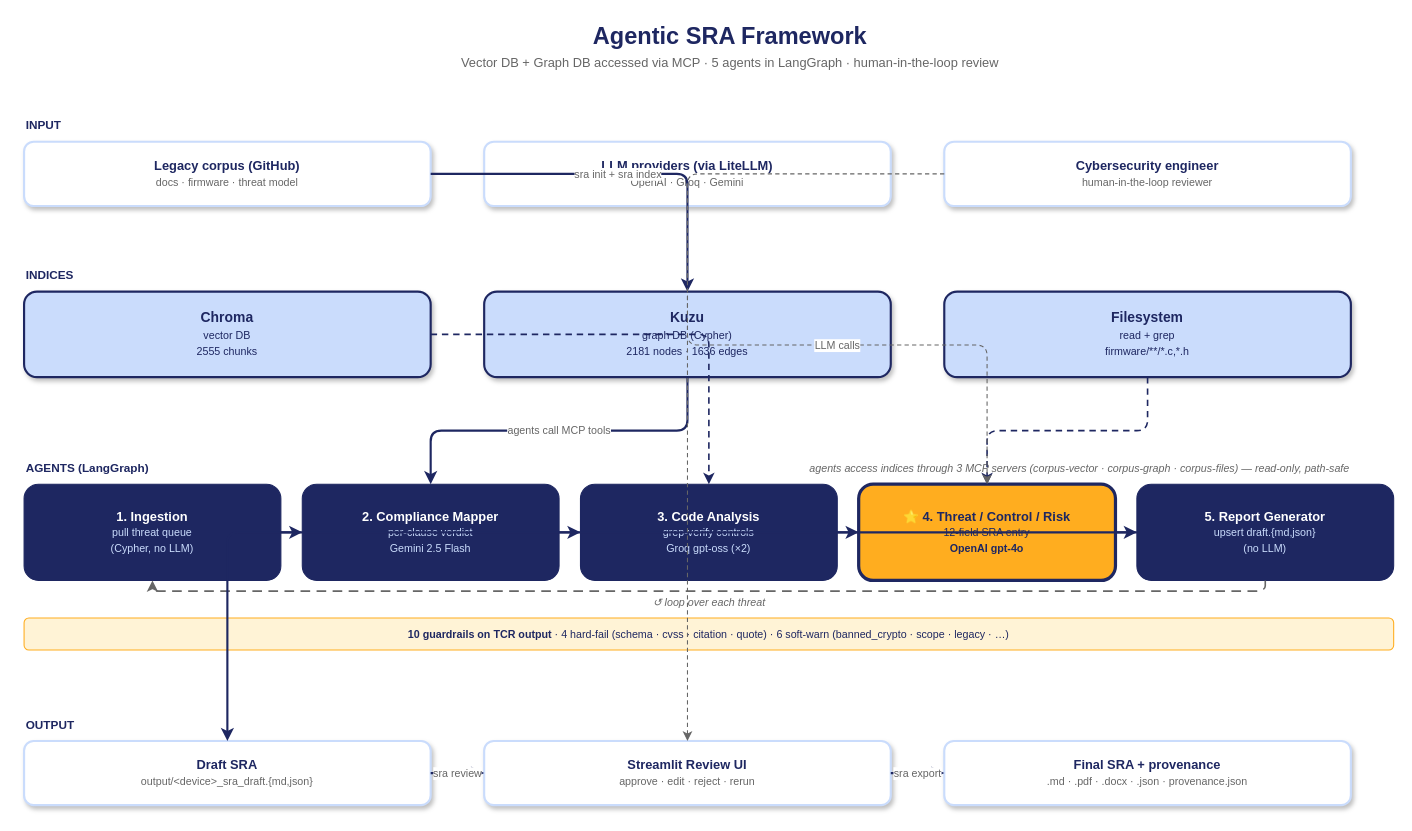
Above: docs/architecture_diagram.drawio in balajibankapur/agentic-sra-framework (draw.io), before the change. Source tidied: cells renumbered, new cells numbered last; positions are measured from the earlier drawing's top-left corner, leaving out a move shared by most shapes. Both pictures are drawn from the tidied source at 107%, with x=0, y=0 at pixel (24, 18).
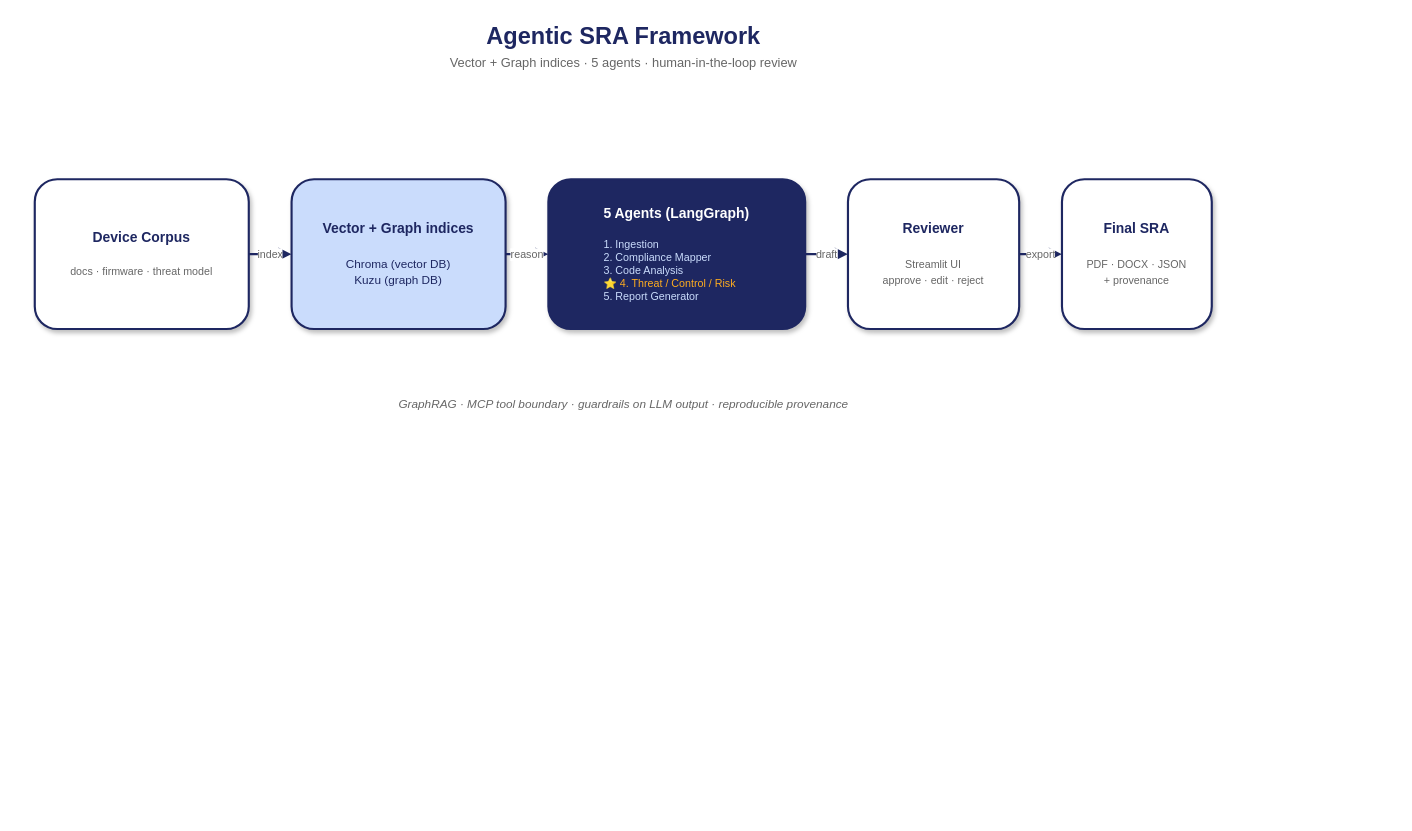
After the change.

Commit message:
docs: minimal architecture diagram — 5 boxes, 4 arrows, one row

Change to the diagram source:
```diff
@@
-    <mxCell id="2" value="Agentic SRA Framework" style="text;html=1;strokeColor=none;fillColor=none;align=center;verticalAlign=middle;whiteSpace=wrap;fontSize=22;fontStyle=1;fontColor=#1E2761;" parent="1" vertex="1">
-      <mxGeometry x="160" width="1000" height="34" as="geometry" />
+    <mxCell id="2" value="Agentic SRA Framework" style="text;html=1;strokeColor=none;fillColor=none;align=center;verticalAlign=middle;fontSize=22;fontStyle=1;fontColor=#1E2761;" parent="1" vertex="1">
+      <mxGeometry x="160" width="800" height="34" as="geometry" />
     </mxCell>
-    <mxCell id="3" value="Vector DB + Graph DB accessed via MCP · 5 agents in LangGraph · human-in-the-loop review" style="text;html=1;strokeColor=none;fillColor=none;align=center;verticalAlign=middle;whiteSpace=wrap;fontSize=12;fontColor=#666666;" parent="1" vertex="1">
-      <mxGeometry x="160" y="32" width="1000" height="20" as="geometry" />
+    <mxCell id="3" value="Vector + Graph indices · 5 agents · human-in-the-loop review" style="text;html=1;strokeColor=none;fillColor=none;align=center;verticalAlign=middle;fontSize=12;fontColor=#666666;" parent="1" vertex="1">
+      <mxGeometry x="160" y="32" width="800" height="20" as="geometry" />
     </mxCell>
-    <mxCell id="4" value="INPUT" style="text;html=1;strokeColor=none;fillColor=none;align=left;verticalAlign=middle;fontSize=11;fontStyle=1;fontColor=#1E2761;letterSpacing=2;" parent="1" vertex="1">
-      <mxGeometry y="90" width="80" height="20" as="geometry" />
-    </mxCell>
-    <mxCell id="5" value="&lt;b&gt;Legacy corpus (GitHub)&lt;/b&gt;&lt;br/&gt;&lt;font style=&quot;font-size:10px;color:#666&quot;&gt;docs · firmware · threat model&lt;/font&gt;" style="rounded=1;whiteSpace=wrap;html=1;fillColor=#FFFFFF;strokeColor=#CADCFC;strokeWidth=2;fontColor=#1E2761;fontSize=12;verticalAlign=middle;shadow=1;" parent="1" vertex="1">
-      <mxGeometry y="115" width="380" height="60" as="geometry" />
-    </mxCell>
-    <mxCell id="6" value="&lt;b&gt;LLM providers (via LiteLLM)&lt;/b&gt;&lt;br/&gt;&lt;font style=&quot;font-size:10px;color:#666&quot;&gt;OpenAI · Groq · Gemini&lt;/font&gt;" style="rounded=1;whiteSpace=wrap;html=1;fillColor=#FFFFFF;strokeColor=#CADCFC;strokeWidth=2;fontColor=#1E2761;fontSize=12;verticalAlign=middle;shadow=1;" parent="1" vertex="1">
-      <mxGeometry x="430" y="115" width="380" height="60" as="geometry" />
-    </mxCell>
-    <mxCell id="7" value="&lt;b&gt;Cybersecurity engineer&lt;/b&gt;&lt;br/&gt;&lt;font style=&quot;font-size:10px;color:#666&quot;&gt;human-in-the-loop reviewer&lt;/font&gt;" style="rounded=1;whiteSpace=wrap;html=1;fillColor=#FFFFFF;strokeColor=#CADCFC;strokeWidth=2;fontColor=#1E2761;fontSize=12;verticalAlign=middle;shadow=1;" parent="1" vertex="1">
-      <mxGeometry x="860" y="115" width="380" height="60" as="geometry" />
-    </mxCell>
-    <mxCell id="8" value="INDICES" style="text;html=1;strokeColor=none;fillColor=none;align=left;verticalAlign=middle;fontSize=11;fontStyle=1;fontColor=#1E2761;letterSpacing=2;" parent="1" vertex="1">
-      <mxGeometry y="230" width="80" height="20" as="geometry" />
-    </mxCell>
-    <mxCell id="9" value="&lt;b&gt;Chroma&lt;/b&gt;&lt;br/&gt;&lt;font style=&quot;font-size:10px&quot;&gt;vector DB&lt;/font&gt;&lt;br/&gt;&lt;font style=&quot;font-size:10px;color:#1E2761&quot;&gt;2555 chunks&lt;/font&gt;" style="rounded=1;whiteSpace=wrap;html=1;fillColor=#CADCFC;strokeColor=#1E2761;strokeWidth=2;fontColor=#1E2761;fontSize=13;verticalAlign=middle;shadow=1;" parent="1" vertex="1">
-      <mxGeometry y="255" width="380" height="80" as="geometry" />
-    </mxCell>
-    <mxCell id="10" value="&lt;b&gt;Kuzu&lt;/b&gt;&lt;br/&gt;&lt;font style=&quot;font-size:10px&quot;&gt;graph DB (Cypher)&lt;/font&gt;&lt;br/&gt;&lt;font style=&quot;font-size:10px;color:#1E2761&quot;&gt;2181 nodes · 1636 edges&lt;/font&gt;" style="rounded=1;whiteSpace=wrap;html=1;fillColor=#CADCFC;strokeColor=#1E2761;strokeWidth=2;fontColor=#1E2761;fontSize=13;verticalAlign=middle;shadow=1;" parent="1" vertex="1">
-      <mxGeometry x="430" y="255" width="380" height="80" as="geometry" />
-    </mxCell>
-    <mxCell id="11" value="&lt;b&gt;Filesystem&lt;/b&gt;&lt;br/&gt;&lt;font style=&quot;font-size:10px&quot;&gt;read + grep&lt;/font&gt;&lt;br/&gt;&lt;font style=&quot;font-size:10px;color:#1E2761&quot;&gt;firmware/**/*.c,*.h&lt;/font&gt;" style="rounded=1;whiteSpace=wrap;html=1;fillColor=#CADCFC;strokeColor=#1E2761;strokeWidth=2;fontColor=#1E2761;fontSize=13;verticalAlign=middle;shadow=1;" parent="1" vertex="1">
-      <mxGeometry x="860" y="255" width="380" height="80" as="geometry" />
-    </mxCell>
-    <mxCell id="12" value="AGENTS (LangGraph)" style="text;html=1;strokeColor=none;fillColor=none;align=left;verticalAlign=middle;fontSize=11;fontStyle=1;fontColor=#1E2761;letterSpacing=2;" parent="1" vertex="1">
-      <mxGeometry y="410" width="200" height="20" as="geometry" />
-    </mxCell>
-    <mxCell id="13" value="agents access indices through 3 MCP servers (corpus-vector · corpus-graph · corpus-files) — read-only, path-safe" style="text;html=1;strokeColor=none;fillColor=none;align=right;verticalAlign=middle;fontSize=10;fontStyle=2;fontColor=#666666;" parent="1" vertex="1">
-      <mxGeometry x="460" y="410" width="780" height="20" as="geometry" />
-    </mxCell>
-    <mxCell id="14" value="&lt;b&gt;1. Ingestion&lt;/b&gt;&lt;br/&gt;&lt;font style=&quot;font-size:10px;color:#CADCFC&quot;&gt;pull threat queue&lt;br/&gt;(Cypher, no LLM)&lt;/font&gt;" style="rounded=1;whiteSpace=wrap;html=1;fillColor=#1E2761;strokeColor=#1E2761;fontColor=#FFFFFF;fontSize=12;verticalAlign=middle;" parent="1" vertex="1">
-      <mxGeometry y="435" width="240" height="90" as="geometry" />
-    </mxCell>
-    <mxCell id="15" value="&lt;b&gt;2. Compliance Mapper&lt;/b&gt;&lt;br/&gt;&lt;font style=&quot;font-size:10px;color:#CADCFC&quot;&gt;per-clause verdict&lt;br/&gt;Gemini 2.5 Flash&lt;/font&gt;" style="rounded=1;whiteSpace=wrap;html=1;fillColor=#1E2761;strokeColor=#1E2761;fontColor=#FFFFFF;fontSize=12;verticalAlign=middle;" parent="1" vertex="1">
-      <mxGeometry x="260" y="435" width="240" height="90" as="geometry" />
-    </mxCell>
-    <mxCell id="16" value="&lt;b&gt;3. Code Analysis&lt;/b&gt;&lt;br/&gt;&lt;font style=&quot;font-size:10px;color:#CADCFC&quot;&gt;grep-verify controls&lt;br/&gt;Groq gpt-oss (×2)&lt;/font&gt;" style="rounded=1;whiteSpace=wrap;html=1;fillColor=#1E2761;strokeColor=#1E2761;fontColor=#FFFFFF;fontSize=12;verticalAlign=middle;" parent="1" vertex="1">
-      <mxGeometry x="520" y="435" width="240" height="90" as="geometry" />
-    </mxCell>
-    <mxCell id="17" value="&lt;b&gt;⭐ 4. Threat / Control / Risk&lt;/b&gt;&lt;br/&gt;&lt;font style=&quot;font-size:10px;color:#1E2761&quot;&gt;12-field SRA entry&lt;br/&gt;&lt;b&gt;OpenAI gpt-4o&lt;/b&gt;&lt;/font&gt;" style="rounded=1;whiteSpace=wrap;html=1;fillColor=#FFAD1F;strokeColor=#1E2761;strokeWidth=3;fontColor=#1E2761;fontSize=12;verticalAlign=middle;" parent="1" vertex="1">
-      <mxGeometry x="780" y="435" width="240" height="90" as="geometry" />
-    </mxCell>
-    <mxCell id="18" value="&lt;b&gt;5. Report Generator&lt;/b&gt;&lt;br/&gt;&lt;font style=&quot;font-size:10px;color:#CADCFC&quot;&gt;upsert draft.{md,json}&lt;br/&gt;(no LLM)&lt;/font&gt;" style="rounded=1;whiteSpace=wrap;html=1;fillColor=#1E2761;strokeColor=#1E2761;fontColor=#FFFFFF;fontSize=12;verticalAlign=middle;" parent="1" vertex="1">
-      <mxGeometry x="1040" y="435" width="240" height="90" as="geometry" />
-    </mxCell>
-    <mxCell id="19" value="&lt;b&gt;10 guardrails on TCR output&lt;/b&gt; · 4 hard-fail (schema · cvss · citation · quote)  ·  6 soft-warn (banned_crypto · scope · legacy · …)" style="rounded=1;whiteSpace=wrap;html=1;fillColor=#FFF3D6;strokeColor=#FFAD1F;strokeWidth=1;fontColor=#1E2761;fontSize=10;verticalAlign=middle;" parent="1" vertex="1">
-      <mxGeometry y="560" width="1280" height="30" as="geometry" />
-    </mxCell>
-    <mxCell id="20" value="↺ loop over each threat" style="text;html=1;strokeColor=none;fillColor=none;align=center;verticalAlign=middle;fontSize=10;fontStyle=2;fontColor=#666666;" parent="1" vertex="1">
-      <mxGeometry x="460" y="535" width="360" height="20" as="geometry" />
-    </mxCell>
-    <mxCell id="21" value="OUTPUT" style="text;html=1;strokeColor=none;fillColor=none;align=left;verticalAlign=middle;fontSize=11;fontStyle=1;fontColor=#1E2761;letterSpacing=2;" parent="1" vertex="1">
-      <mxGeometry y="650" width="80" height="20" as="geometry" />
-    </mxCell>
-    <mxCell id="22" value="&lt;b&gt;Draft SRA&lt;/b&gt;&lt;br/&gt;&lt;font style=&quot;font-size:10px;color:#666&quot;&gt;output/&amp;lt;device&amp;gt;_sra_draft.{md,json}&lt;/font&gt;" style="rounded=1;whiteSpace=wrap;html=1;fillColor=#FFFFFF;strokeColor=#CADCFC;strokeWidth=2;fontColor=#1E2761;fontSize=12;verticalAlign=middle;shadow=1;" parent="1" vertex="1">
-      <mxGeometry y="675" width="380" height="60" as="geometry" />
-    </mxCell>
-    <mxCell id="23" value="&lt;b&gt;Streamlit Review UI&lt;/b&gt;&lt;br/&gt;&lt;font style=&quot;font-size:10px;color:#666&quot;&gt;approve · edit · reject · rerun&lt;/font&gt;" style="rounded=1;whiteSpace=wrap;html=1;fillColor=#FFFFFF;strokeColor=#CADCFC;strokeWidth=2;fontColor=#1E2761;fontSize=12;verticalAlign=middle;shadow=1;" parent="1" vertex="1">
-      <mxGeometry x="430" y="675" width="380" height="60" as="geometry" />
-    </mxCell>
-    <mxCell id="24" value="&lt;b&gt;Final SRA + provenance&lt;/b&gt;&lt;br/&gt;&lt;font style=&quot;font-size:10px;color:#666&quot;&gt;.md · .pdf · .docx · .json · provenance.json&lt;/font&gt;" style="rounded=1;whiteSpace=wrap;html=1;fillColor=#FFFFFF;strokeColor=#CADCFC;strokeWidth=2;fontColor=#1E2761;fontSize=12;verticalAlign=middle;shadow=1;" parent="1" vertex="1">
-      <mxGeometry x="860" y="675" width="380" height="60" as="geometry" />
-    </mxCell>
-    <mxCell id="25" value="sra init + sra index" style="edgeStyle=orthogonalEdgeStyle;html=1;endArrow=classic;endFill=1;strokeColor=#1E2761;strokeWidth=2;fontSize=10;fontColor=#666;labelBackgroundColor=#FFFFFF;" parent="1" edge="1" source="5" target="10">
-      <mxGeometry relative="1" as="geometry" />
-    </mxCell>
-    <mxCell id="26" value="agents call MCP tools" style="edgeStyle=orthogonalEdgeStyle;html=1;endArrow=classic;endFill=1;strokeColor=#1E2761;strokeWidth=2;fontSize=10;fontColor=#666;labelBackgroundColor=#FFFFFF;" parent="1" edge="1" source="10" target="15">
-      <mxGeometry relative="1" as="geometry" />
-    </mxCell>
-    <mxCell id="27" style="edgeStyle=orthogonalEdgeStyle;html=1;endArrow=classic;endFill=1;strokeColor=#1E2761;strokeWidth=1.5;dashed=1;dashPattern=4 3;" parent="1" edge="1" source="9" target="16">
-      <mxGeometry relative="1" as="geometry" />
-    </mxCell>
-    <mxCell id="28" style="edgeStyle=orthogonalEdgeStyle;html=1;endArrow=classic;endFill=1;strokeColor=#1E2761;strokeWidth=1.5;dashed=1;dashPattern=4 3;" parent="1" edge="1" source="11" target="17">
-      <mxGeometry relative="1" as="geometry" />
-    </mxCell>
-    <mxCell id="29" style="edgeStyle=none;html=1;endArrow=classic;endFill=1;strokeColor=#1E2761;strokeWidth=2;exitX=1;exitY=0.5;entryX=0;entryY=0.5;" parent="1" edge="1" source="14" target="15">
-      <mxGeometry relative="1" as="geometry" />
-    </mxCell>
-    <mxCell id="30" style="edgeStyle=none;html=1;endArrow=classic;endFill=1;strokeColor=#1E2761;strokeWidth=2;exitX=1;exitY=0.5;entryX=0;entryY=0.5;" parent="1" edge="1" source="15" target="16">
-      <mxGeometry relative="1" as="geometry" />
-    </mxCell>
-    <mxCell id="31" style="edgeStyle=none;html=1;endArrow=classic;endFill=1;strokeColor=#1E2761;strokeWidth=2;exitX=1;exitY=0.5;entryX=0;entryY=0.5;" parent="1" edge="1" source="16" target="17">
-      <mxGeometry relative="1" as="geometry" />
-    </mxCell>
-    <mxCell id="32" style="edgeStyle=none;html=1;endArrow=classic;endFill=1;strokeColor=#1E2761;strokeWidth=2;exitX=1;exitY=0.5;entryX=0;entryY=0.5;" parent="1" edge="1" source="17" target="18">
-      <mxGeometry relative="1" as="geometry" />
-    </mxCell>
-    <mxCell id="33" style="edgeStyle=orthogonalEdgeStyle;html=1;endArrow=classic;endFill=1;strokeColor=#666666;strokeWidth=1.5;dashed=1;dashPattern=6 4;exitX=0.5;exitY=1;entryX=0.5;entryY=1;" parent="1" edge="1" source="18" target="14">
-      <mxGeometry relative="1" as="geometry" />
-    </mxCell>
-    <mxCell id="34" style="edgeStyle=orthogonalEdgeStyle;html=1;endArrow=classic;endFill=1;strokeColor=#1E2761;strokeWidth=2;" parent="1" edge="1" source="18" target="22">
-      <mxGeometry relative="1" as="geometry" />
-    </mxCell>
-    <mxCell id="35" value="sra review" style="edgeStyle=none;html=1;endArrow=classic;endFill=1;strokeColor=#1E2761;strokeWidth=2;fontSize=10;fontColor=#666;labelBackgroundColor=#FFFFFF;exitX=1;exitY=0.5;entryX=0;entryY=0.5;" parent="1" edge="1" source="22" target="23">
-      <mxGeometry relative="1" as="geometry" />
-    </mxCell>
-    <mxCell id="36" value="sra export" style="edgeStyle=none;html=1;endArrow=classic;endFill=1;strokeColor=#1E2761;strokeWidth=2;fontSize=10;fontColor=#666;labelBackgroundColor=#FFFFFF;exitX=1;exitY=0.5;entryX=0;entryY=0.5;" parent="1" edge="1" source="23" target="24">
-      <mxGeometry relative="1" as="geometry" />
-    </mxCell>
-    <mxCell id="37" style="edgeStyle=orthogonalEdgeStyle;html=1;endArrow=classic;endFill=1;strokeColor=#666666;strokeWidth=1;dashed=1;dashPattern=4 3;" parent="1" edge="1" source="7" target="23">
-      <mxGeometry relative="1" as="geometry" />
-    </mxCell>
-    <mxCell id="38" value="LLM calls" style="edgeStyle=orthogonalEdgeStyle;html=1;endArrow=classic;endFill=1;strokeColor=#666666;strokeWidth=1;dashed=1;dashPattern=4 3;fontSize=10;fontColor=#666;labelBackgroundColor=#FFFFFF;" parent="1" edge="1" source="6" target="17">
-      <mxGeometry relative="1" as="geometry" />
-    </mxCell>
+    <mxCell id="39" value="&lt;b&gt;Device Corpus&lt;/b&gt;&lt;br/&gt;&lt;br/&gt;&lt;font style=&quot;font-size:10px;color:#666&quot;&gt;docs · firmware · threat model&lt;/font&gt;" style="rounded=1;whiteSpace=wrap;html=1;fillColor=#FFFFFF;strokeColor=#1E2761;strokeWidth=2;fontColor=#1E2761;fontSize=13;verticalAlign=middle;shadow=1;" parent="1" vertex="1">
+      <mxGeometry x="10" y="150" width="200" height="140" as="geometry" />
+    </mxCell>
+    <mxCell id="40" value="&lt;b&gt;Vector + Graph indices&lt;/b&gt;&lt;br/&gt;&lt;br/&gt;&lt;font style=&quot;font-size:11px;color:#1E2761&quot;&gt;Chroma (vector DB)&lt;br/&gt;Kuzu (graph DB)&lt;/font&gt;" style="rounded=1;whiteSpace=wrap;html=1;fillColor=#CADCFC;strokeColor=#1E2761;strokeWidth=2;fontColor=#1E2761;fontSize=13;verticalAlign=middle;shadow=1;" parent="1" vertex="1">
+      <mxGeometry x="250" y="150" width="200" height="140" as="geometry" />
+    </mxCell>
+    <mxCell id="41" value="&lt;b&gt;5 Agents (LangGraph)&lt;/b&gt;&lt;br/&gt;&lt;br/&gt;&lt;div align=&quot;left&quot; style=&quot;font-size:10px;color:#CADCFC&quot;&gt;1. Ingestion&lt;br/&gt;2. Compliance Mapper&lt;br/&gt;3. Code Analysis&lt;br/&gt;&lt;font color=&quot;#FFAD1F&quot;&gt;⭐ 4. Threat / Control / Risk&lt;/font&gt;&lt;br/&gt;5. Report Generator&lt;/div&gt;" style="rounded=1;whiteSpace=wrap;html=1;fillColor=#1E2761;strokeColor=#1E2761;strokeWidth=2;fontColor=#FFFFFF;fontSize=13;verticalAlign=middle;shadow=1;" parent="1" vertex="1">
+      <mxGeometry x="490" y="150" width="240" height="140" as="geometry" />
+    </mxCell>
+    <mxCell id="42" value="&lt;b&gt;Reviewer&lt;/b&gt;&lt;br/&gt;&lt;br/&gt;&lt;font style=&quot;font-size:10px;color:#666&quot;&gt;Streamlit UI&lt;br/&gt;approve · edit · reject&lt;/font&gt;" style="rounded=1;whiteSpace=wrap;html=1;fillColor=#FFFFFF;strokeColor=#1E2761;strokeWidth=2;fontColor=#1E2761;fontSize=13;verticalAlign=middle;shadow=1;" parent="1" vertex="1">
+      <mxGeometry x="770" y="150" width="160" height="140" as="geometry" />
+    </mxCell>
+    <mxCell id="43" value="&lt;b&gt;Final SRA&lt;/b&gt;&lt;br/&gt;&lt;br/&gt;&lt;font style=&quot;font-size:10px;color:#666&quot;&gt;PDF · DOCX · JSON&lt;br/&gt;+ provenance&lt;/font&gt;" style="rounded=1;whiteSpace=wrap;html=1;fillColor=#FFFFFF;strokeColor=#1E2761;strokeWidth=2;fontColor=#1E2761;fontSize=13;verticalAlign=middle;shadow=1;" parent="1" vertex="1">
+      <mxGeometry x="970" y="150" width="140" height="140" as="geometry" />
+    </mxCell>
+    <mxCell id="44" value="index" style="edgeStyle=none;html=1;endArrow=classic;endFill=1;strokeColor=#1E2761;strokeWidth=2;fontSize=10;fontColor=#666;labelBackgroundColor=#FFFFFF;exitX=1;exitY=0.5;entryX=0;entryY=0.5;" parent="1" edge="1" source="39" target="40">
+      <mxGeometry relative="1" as="geometry" />
+    </mxCell>
+    <mxCell id="45" value="reason" style="edgeStyle=none;html=1;endArrow=classic;endFill=1;strokeColor=#1E2761;strokeWidth=2;fontSize=10;fontColor=#666;labelBackgroundColor=#FFFFFF;exitX=1;exitY=0.5;entryX=0;entryY=0.5;" parent="1" edge="1" source="40" target="41">
+      <mxGeometry relative="1" as="geometry" />
+    </mxCell>
+    <mxCell id="46" value="draft" style="edgeStyle=none;html=1;endArrow=classic;endFill=1;strokeColor=#1E2761;strokeWidth=2;fontSize=10;fontColor=#666;labelBackgroundColor=#FFFFFF;exitX=1;exitY=0.5;entryX=0;entryY=0.5;" parent="1" edge="1" source="41" target="42">
+      <mxGeometry relative="1" as="geometry" />
+    </mxCell>
+    <mxCell id="47" value="export" style="edgeStyle=none;html=1;endArrow=classic;endFill=1;strokeColor=#1E2761;strokeWidth=2;fontSize=10;fontColor=#666;labelBackgroundColor=#FFFFFF;exitX=1;exitY=0.5;entryX=0;entryY=0.5;" parent="1" edge="1" source="42" target="43">
+      <mxGeometry relative="1" as="geometry" />
+    </mxCell>
+    <mxCell id="48" value="GraphRAG · MCP tool boundary · guardrails on LLM output · reproducible provenance" style="text;html=1;strokeColor=none;fillColor=none;align=center;verticalAlign=middle;fontSize=11;fontStyle=2;fontColor=#666666;" parent="1" vertex="1">
+      <mxGeometry x="60" y="350" width="1000" height="20" as="geometry" />
+    </mxCell>
```
